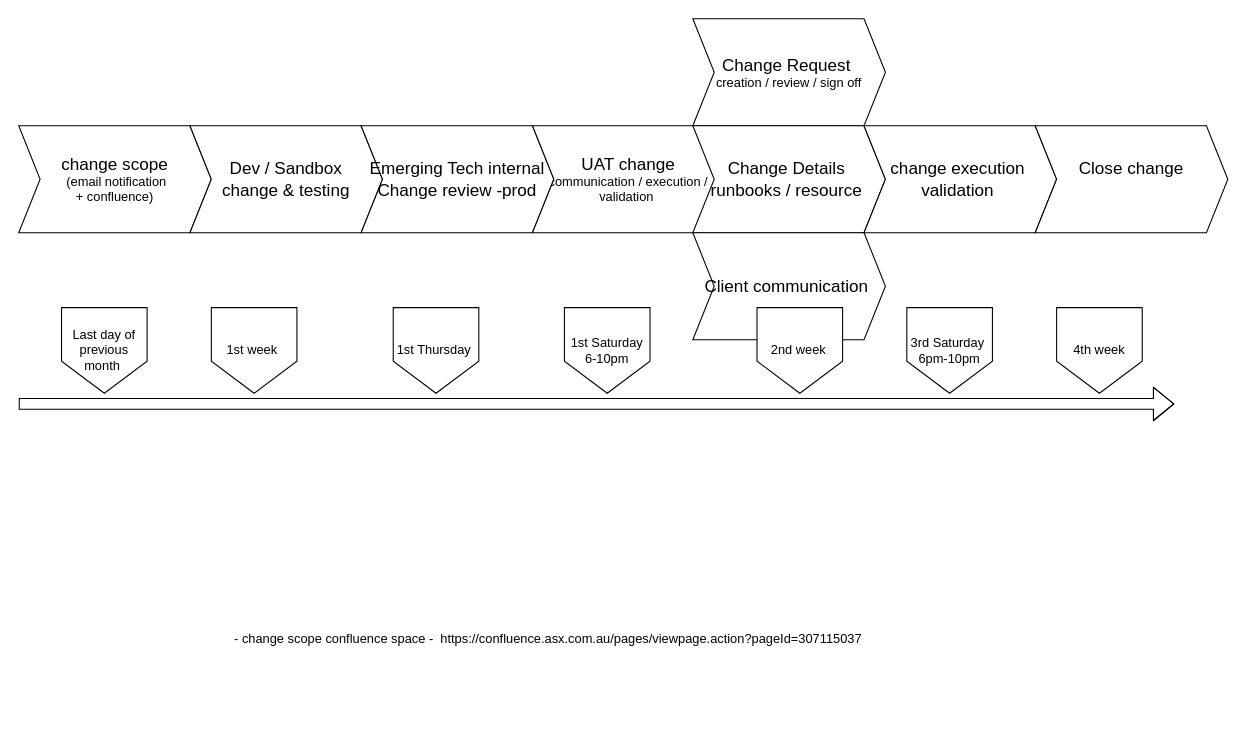
Earlier version of the draw.io diagram Untitled Diagram.drawio (dananaus/Jenkins). Source tidied: cells renumbered, new cells numbered last; positions are measured from the earlier drawing's top-left corner, leaving out a move shared by most shapes. Both pictures are drawn from the tidied source at 107%, with x=0, y=0 at pixel (18, 18).
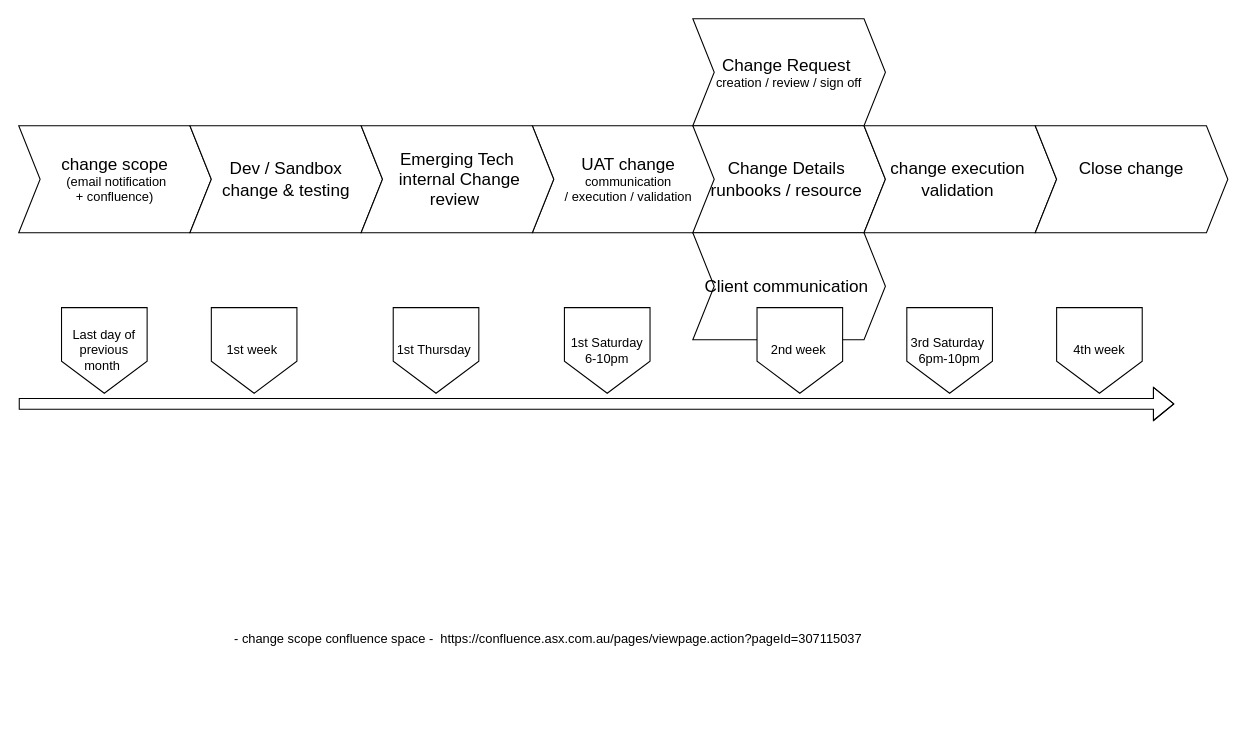
The same page after the edit.

What changed in the source:
```diff
@@
-    <mxCell id="5" value="&lt;font style=&quot;font-size: 16px;&quot;&gt;UAT change &lt;/font&gt;&lt;br&gt;communication / execution / validation&amp;nbsp;" style="shape=step;perimeter=stepPerimeter;whiteSpace=wrap;html=1;fixedSize=1;" parent="1" vertex="1">
+    <mxCell id="5" value="&lt;font style=&quot;font-size: 16px;&quot;&gt;UAT change &lt;/font&gt;&lt;br&gt;communication&lt;br&gt;&amp;nbsp;/ execution / validation&amp;nbsp;" style="shape=step;perimeter=stepPerimeter;whiteSpace=wrap;html=1;fixedSize=1;" parent="1" vertex="1">
       <mxGeometry x="480" y="100" width="180" height="100" as="geometry" />
     </mxCell>
@@
-    <mxCell id="7" value="&lt;span style=&quot;font-size: 16px;&quot;&gt;Emerging Tech internal Change review -prod&lt;/span&gt;" style="shape=step;perimeter=stepPerimeter;whiteSpace=wrap;html=1;fixedSize=1;" parent="1" vertex="1">
+    <mxCell id="7" value="&lt;span style=&quot;font-size: 16px;&quot;&gt;Emerging Tech&lt;br&gt;&amp;nbsp;internal Change &lt;br&gt;review&amp;nbsp;&lt;/span&gt;" style="shape=step;perimeter=stepPerimeter;whiteSpace=wrap;html=1;fixedSize=1;" parent="1" vertex="1">
       <mxGeometry x="320" y="100" width="180" height="100" as="geometry" />
     </mxCell>
```
